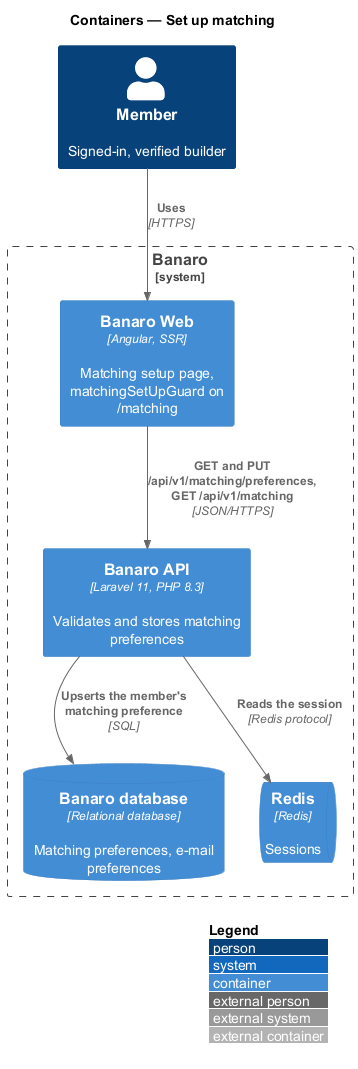
The PlantUML diagram docs/detailed-designs/matching/set-up-matching/diagrams/c4-container.png in QuinntyneBrown/banaro, before a commit. Its diagram source:
```plantuml
@startuml
!include <C4/C4_Container>
LAYOUT_WITH_LEGEND()
title Containers — Set up matching

Person(member, "Member", "Signed-in, verified builder")

System_Boundary(banaro, "Banaro") {
  Container(web, "Banaro Web", "Angular, SSR", "Matching setup page, matchingSetUpGuard on /matching")
  Container(api, "Banaro API", "Laravel 11, PHP 8.3", "Validates and stores matching preferences")
  ContainerDb(db, "Banaro database", "Relational database", "Matching preferences, e-mail preferences")
  ContainerQueue(redis, "Redis", "Redis", "Sessions")
}

Rel(member, web, "Uses", "HTTPS")
Rel(web, api, "GET and PUT /api/v1/matching/preferences, GET /api/v1/matching", "JSON/HTTPS")
Rel(api, redis, "Reads the session", "Redis protocol")
Rel(api, db, "Upserts the member's matching preference", "SQL")
@enduml
```
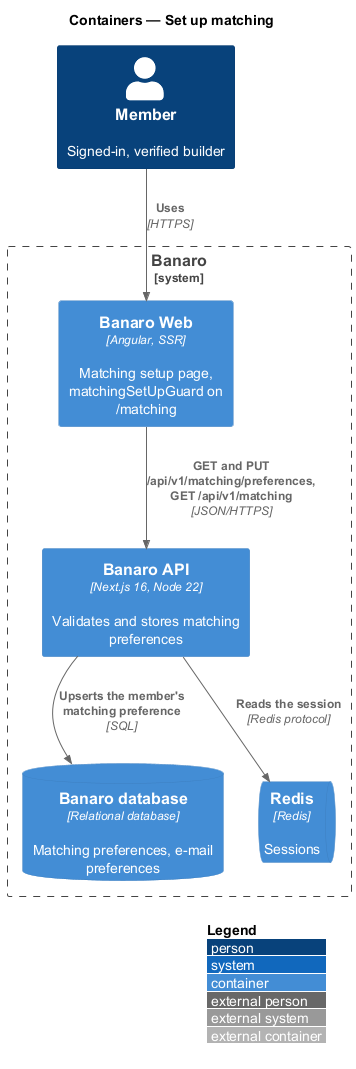
Above is the later version.

The edit, as a diff of the source:
```diff
@@ -7,7 +7,7 @@
 
 System_Boundary(banaro, "Banaro") {
   Container(web, "Banaro Web", "Angular, SSR", "Matching setup page, matchingSetUpGuard on /matching")
-  Container(api, "Banaro API", "Laravel 11, PHP 8.3", "Validates and stores matching preferences")
+  Container(api, "Banaro API", "Next.js 16, Node 22", "Validates and stores matching preferences")
   ContainerDb(db, "Banaro database", "Relational database", "Matching preferences, e-mail preferences")
   ContainerQueue(redis, "Redis", "Redis", "Sessions")
 }
```
